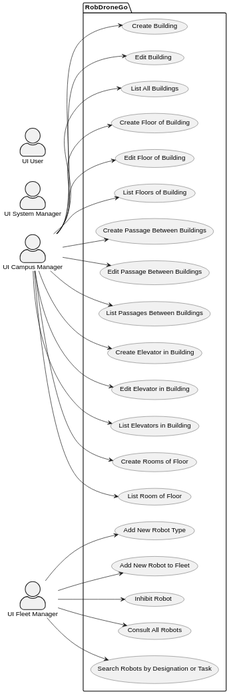
The PlantUML diagram docs/UseCaseDiagram/Us.svg in Pedro-Pereira1/sem5pi_23_24_g056, before a commit. Its diagram source:
```plantuml
@startuml
left to right direction

skinparam actorStyle awesome

actor "UI Campus Manager" as CM
actor "UI Fleet Manager" as FM
actor "UI System Manager" as SM
actor "UI User" as U

package  RobDroneGo  {
  usecase "Create Building" as UC1
  usecase "Edit Building" as UC2
  usecase "List All Buildings" as UC3
  usecase "Create Floor of Building" as UC4
  usecase "Edit Floor of Building" as UC5
  usecase "List Floors of Building" as UC6
  usecase "Create Passage Between Buildings" as UC7
  usecase "Edit Passage Between Buildings" as UC8
  usecase "List Passages Between Buildings" as UC9
  usecase "Create Elevator in Building" as UC10
  usecase "Edit Elevator in Building" as UC11
  usecase "List Elevators in Building" as UC12
  usecase "Create Rooms of Floor" as UC13
  usecase "List Room of Floor" as UC14

  usecase "Add New Robot Type" as UC15
  usecase "Add New Robot to Fleet" as UC16
  usecase "Inhibit Robot" as UC17
  usecase "Consult All Robots" as UC18
  usecase "Search Robots by Designation or Task" as UC19
}
CM --> UC1
CM --> UC2
CM --> UC3
CM --> UC4
CM --> UC5
CM --> UC6
CM --> UC7
CM --> UC8
CM --> UC9
CM --> UC10
CM --> UC11
CM --> UC12
CM --> UC13
CM --> UC14

FM --> UC15
FM --> UC16
FM --> UC17
FM --> UC18
FM --> UC19
@enduml
```
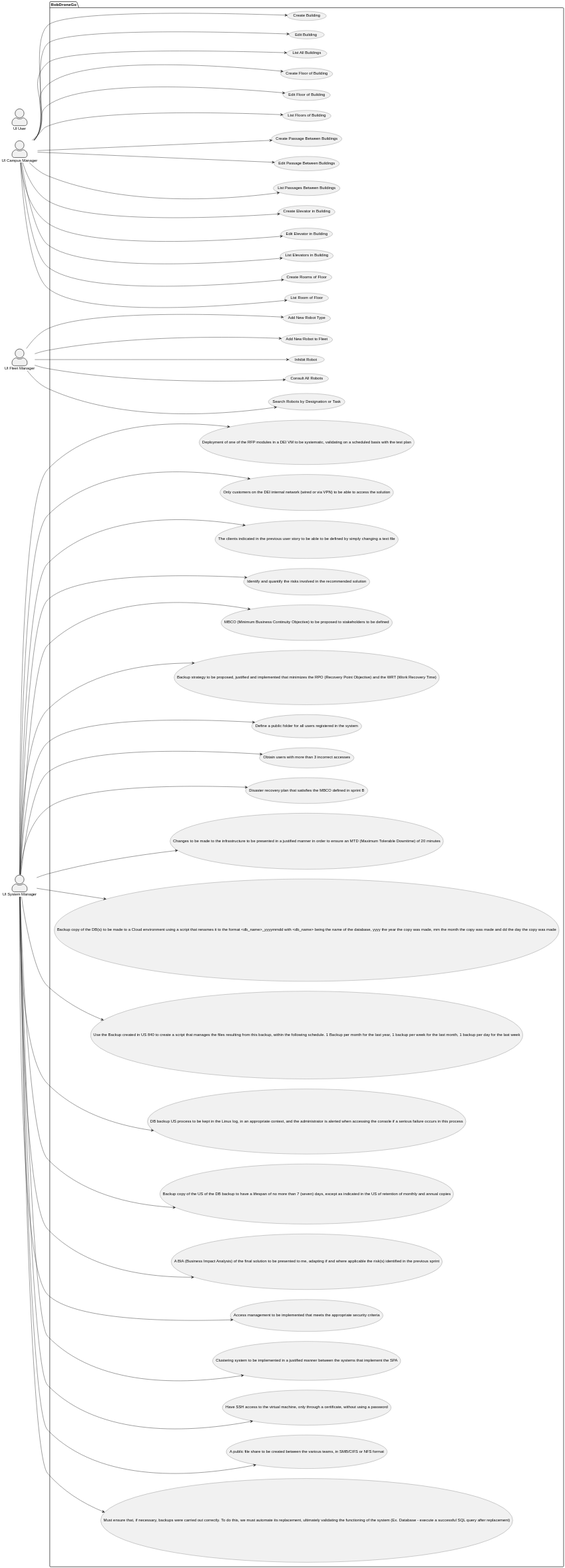
The same file after the commit.

Commit message:
Updated Use case Diagram with System manager new UC

What changed in the source:
```diff
@@ -29,6 +29,27 @@
   usecase "Inhibit Robot" as UC17
   usecase "Consult All Robots" as UC18
   usecase "Search Robots by Designation or Task" as UC19
+
+  usecase "Deployment of one of the RFP modules in a DEI VM to be systematic, validating on a scheduled basis with the test plan" as UC20
+  usecase "Only customers on the DEI internal network (wired or via VPN) to be able to access the solution" as UC21
+  usecase "The clients indicated in the previous user story to be able to be defined by simply changing a text file" as UC22
+  usecase "Identify and quantify the risks involved in the recommended solution" as UC23
+  usecase "MBCO (Minimum Business Continuity Objective) to be proposed to stakeholders to be defined" as UC24
+  usecase "Backup strategy to be proposed, justified and implemented that minimizes the RPO (Recovery Point Objective) and the WRT (Work Recovery Time)" as UC25
+  usecase "Define a public folder for all users registered in the system" as UC26
+  usecase "Obtain users with more than 3 incorrect accesses" as UC27
+  usecase "Disaster recovery plan that satisfies the MBCO defined in sprint B" as UC28
+  usecase "Changes to be made to the infrastructure to be presented in a justified manner in order to ensure an MTD (Maximum Tolerable Downtime) of 20 minutes" as UC29
+  usecase "Backup copy of the DB(s) to be made to a Cloud environment using a script that renames it to the format <db_name>_yyyymmdd with <db_name> being the name of the database, yyyy the year the copy was made, mm the month the copy was made and dd the day the copy was made" as UC30
+  usecase "Use the Backup created in US 840 to create a script that manages the files resulting from this backup, within the following schedule. 1 Backup per month for the last year, 1 backup per week for the last month, 1 backup per day for the last week" as UC31
+  usecase "DB backup US process to be kept in the Linux log, in an appropriate context, and the administrator is alerted when accessing the console if a serious failure occurs in this process" as UC32
+  usecase "Backup copy of the US of the DB backup to have a lifespan of no more than 7 (seven) days, except as indicated in the US of retention of monthly and annual copies" as UC33
+  usecase "A BIA (Business Impact Analysis) of the final solution to be presented to me, adapting if and where applicable the risk(s) identified in the previous sprint" as UC34
+  usecase "Access management to be implemented that meets the appropriate security criteria" as UC35
+  usecase "Clustering system to be implemented in a justified manner between the systems that implement the SPA" as UC36
+  usecase "Have SSH access to the virtual machine, only through a certificate, without using a password" as UC37
+  usecase "A public file share to be created between the various teams, in SMB/CIFS or NFS format" as UC38
+  usecase "Must ensure that, if necessary, backups were carried out correctly. To do this, we must automate its replacement, ultimately validating the functioning of the system (Ex. Database - execute a successful SQL query after replacement)" as UC39
 }
 CM --> UC1
 CM --> UC2
@@ -50,4 +71,25 @@
 FM --> UC17
 FM --> UC18
 FM --> UC19
+
+SM --> UC20
+SM --> UC21
+SM --> UC22
+SM --> UC23
+SM --> UC24
+SM --> UC25
+SM --> UC26
+SM --> UC27
+SM --> UC28
+SM --> UC29
+SM --> UC30
+SM --> UC31
+SM --> UC32
+SM --> UC33
+SM --> UC34
+SM --> UC35
+SM --> UC36
+SM --> UC37
+SM --> UC38
+SM --> UC39
 @enduml
```
